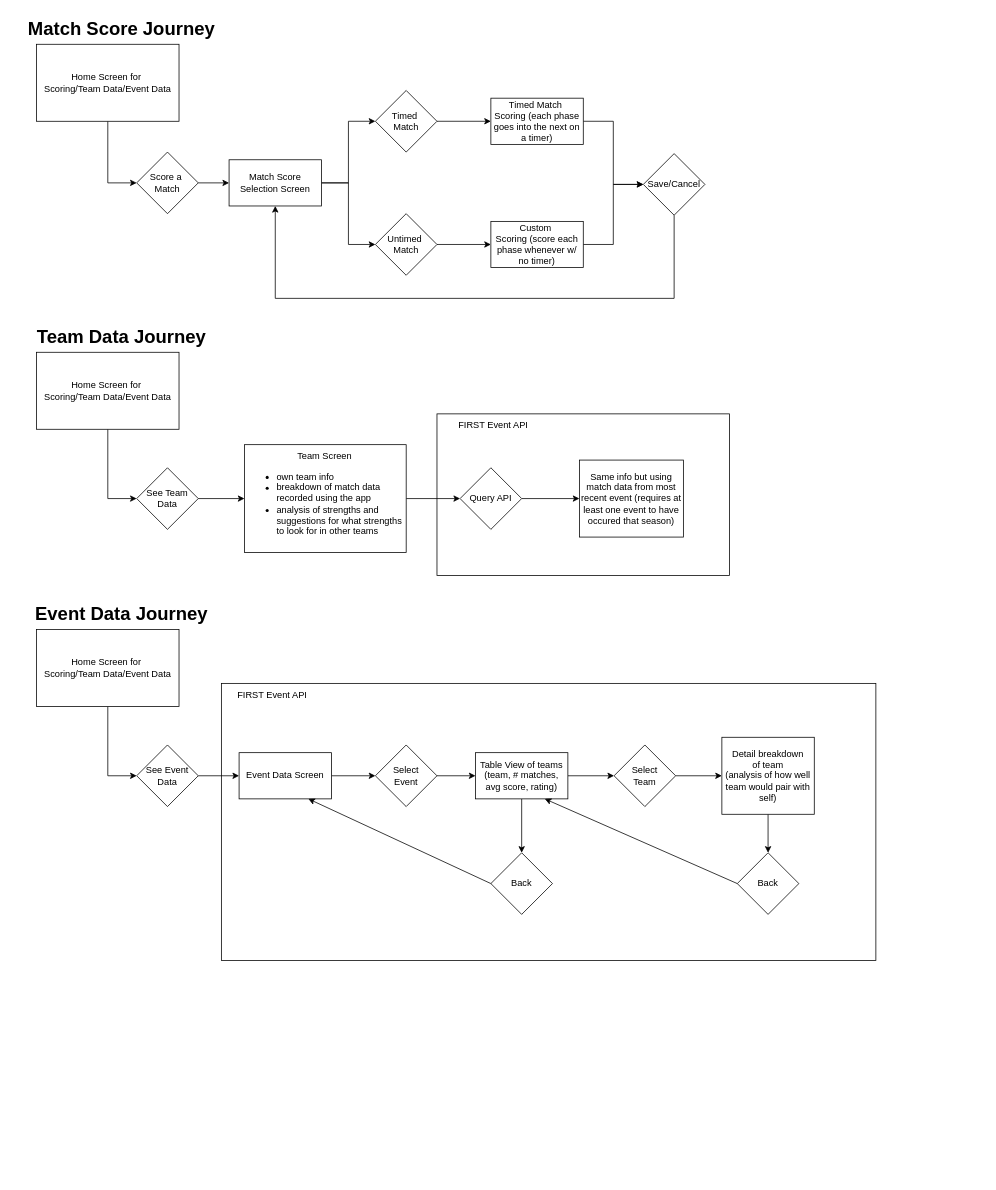
The draw.io diagram FTC_Scoring/Docs/FTC_Scoring_app_flowchart.drawio in TaisharTexas/COSC4355, before the edit. Source tidied: cells renumbered, new cells numbered last; positions are measured from the earlier drawing's top-left corner, leaving out a move shared by most shapes. Both pictures are drawn from the tidied source at 77%, with x=0, y=0 at pixel (13, 13).
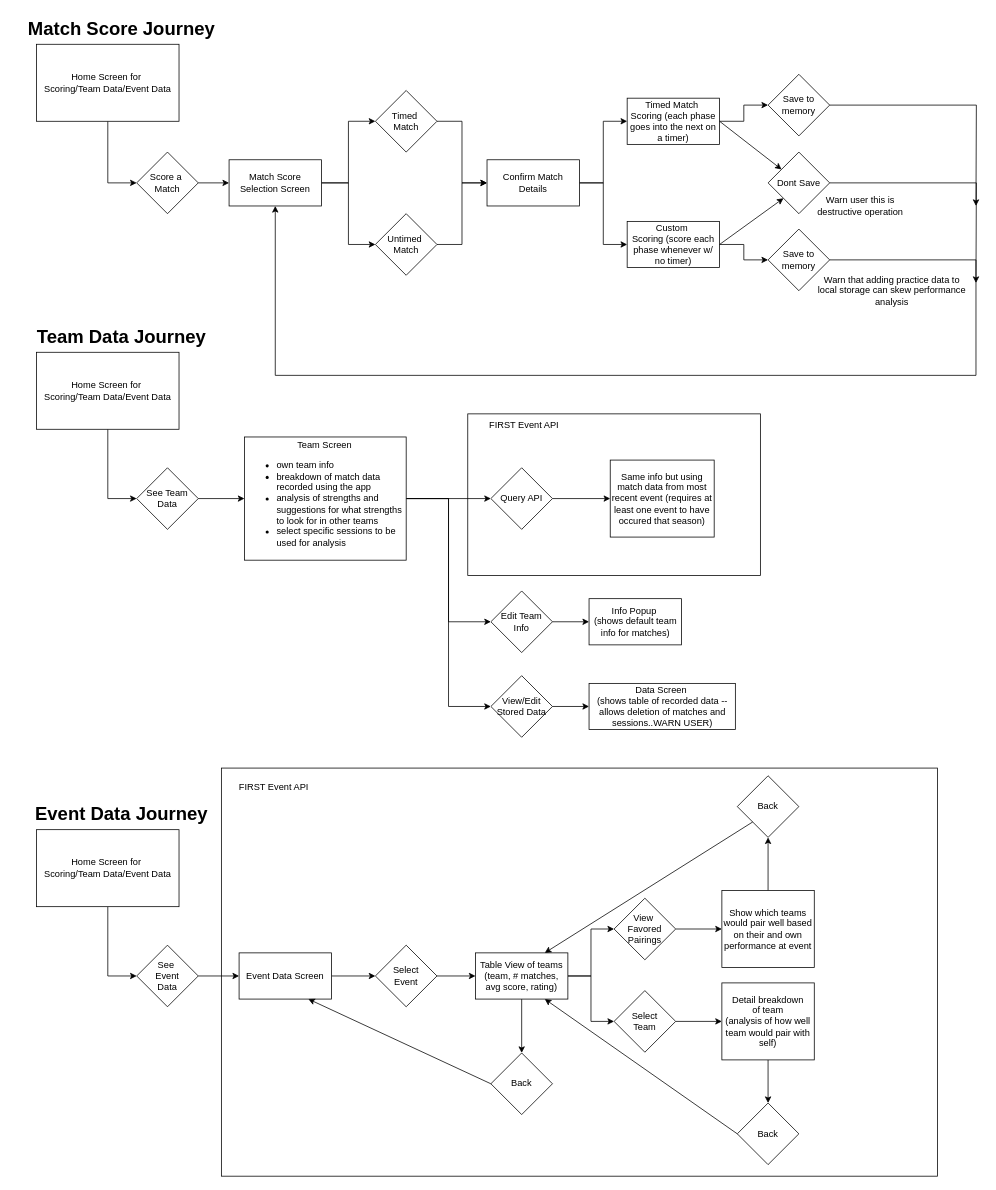
The same diagram, later.

The change refers to these unchanged cells:
```xml
<mxCell id="21" value="Match Score Selection Screen" style="rounded=0;whiteSpace=wrap;html=1;" parent="1" vertex="1">
  <mxGeometry x="280" y="190" width="120" height="60" as="geometry" />
</mxCell>
<mxCell id="23" value="Timed&amp;nbsp;&lt;div&gt;Match&lt;/div&gt;" style="rhombus;whiteSpace=wrap;html=1;" parent="1" vertex="1">
  <mxGeometry x="470" y="100" width="80" height="80" as="geometry" />
</mxCell>
<mxCell id="25" value="Untimed&amp;nbsp;&lt;div&gt;Match&lt;/div&gt;" style="rhombus;whiteSpace=wrap;html=1;" parent="1" vertex="1">
  <mxGeometry x="470" y="260" width="80" height="80" as="geometry" />
</mxCell>
```

What changed in the source:
```diff
@@
     <mxCell id="2" style="whiteSpace=wrap;html=1;fillColor=none;" parent="1" vertex="1">
-      <mxGeometry x="550" y="520" width="380" height="210" as="geometry" />
+      <mxGeometry x="590" y="520" width="380" height="210" as="geometry" />
     </mxCell>
     <mxCell id="3" style="rounded=0;whiteSpace=wrap;html=1;fillColor=none;" parent="1" vertex="1">
-      <mxGeometry x="270" y="870" width="850" height="360" as="geometry" />
+      <mxGeometry x="270" y="980" width="930" height="530" as="geometry" />
     </mxCell>
@@
-    <mxCell id="12" value="See Event&lt;div&gt;Data&lt;/div&gt;" style="rhombus;whiteSpace=wrap;html=1;" parent="1" vertex="1">
-      <mxGeometry x="160" y="950" width="80" height="80" as="geometry" />
+    <mxCell id="12" value="See&amp;nbsp;&lt;div&gt;Event&lt;div&gt;Data&lt;/div&gt;&lt;/div&gt;" style="rhombus;whiteSpace=wrap;html=1;" parent="1" vertex="1">
+      <mxGeometry x="160" y="1210" width="80" height="80" as="geometry" />
     </mxCell>
@@
     <mxCell id="17" value="Home Screen for&amp;nbsp;&lt;div&gt;Scoring/Team Data/Event Data&lt;/div&gt;" style="rounded=0;whiteSpace=wrap;html=1;" parent="1" vertex="1">
-      <mxGeometry x="30" y="800" width="185" height="100" as="geometry" />
+      <mxGeometry x="30" y="1060" width="185" height="100" as="geometry" />
     </mxCell>
     <mxCell id="18" value="Event Data Journey" style="text;strokeColor=none;fillColor=none;html=1;fontSize=24;fontStyle=1;verticalAlign=middle;align=center;" parent="1" vertex="1">
-      <mxGeometry y="760" width="280" height="40" as="geometry" />
+      <mxGeometry y="1020" width="280" height="40" as="geometry" />
     </mxCell>
@@
-    <mxCell id="22" style="edgeStyle=orthogonalEdgeStyle;rounded=0;jettySize=auto;html=1;" parent="1" edge="1" source="23" target="27">
-      <mxGeometry relative="1" as="geometry" />
-    </mxCell>
+    <mxCell id="54" style="edgeStyle=orthogonalEdgeStyle;rounded=0;jettySize=auto;html=1;entryX=0;entryY=0.5;entryDx=0;entryDy=0;" parent="1" edge="1" source="23" target="63">
+      <mxGeometry relative="1" as="geometry" />
+    </mxCell>
@@
-    <mxCell id="24" style="edgeStyle=orthogonalEdgeStyle;rounded=0;jettySize=auto;html=1;" parent="1" edge="1" source="25" target="29">
-      <mxGeometry relative="1" as="geometry" />
-    </mxCell>
+    <mxCell id="55" style="edgeStyle=orthogonalEdgeStyle;rounded=0;jettySize=auto;html=1;entryX=0;entryY=0.5;entryDx=0;entryDy=0;" parent="1" edge="1" source="25" target="63">
+      <mxGeometry relative="1" as="geometry" />
+    </mxCell>
@@
-    <mxCell id="26" style="edgeStyle=orthogonalEdgeStyle;rounded=0;jettySize=auto;html=1;entryX=0;entryY=0.5;entryDx=0;entryDy=0;" parent="1" edge="1" source="27" target="53">
-      <mxGeometry relative="1" as="geometry" />
-    </mxCell>
+    <mxCell id="56" style="edgeStyle=orthogonalEdgeStyle;rounded=0;jettySize=auto;html=1;entryX=0;entryY=0.5;entryDx=0;entryDy=0;" parent="1" edge="1" source="27" target="65">
+      <mxGeometry relative="1" as="geometry" />
+    </mxCell>
     <mxCell id="27" value="Timed Match&amp;nbsp;&lt;div&gt;Scoring (each phase goes into the next on a timer)&lt;/div&gt;" style="rounded=0;whiteSpace=wrap;html=1;" parent="1" vertex="1">
-      <mxGeometry x="620" y="110" width="120" height="60" as="geometry" />
+      <mxGeometry x="797" y="110" width="120" height="60" as="geometry" />
     </mxCell>
-    <mxCell id="28" style="edgeStyle=orthogonalEdgeStyle;rounded=0;jettySize=auto;html=1;entryX=0;entryY=0.5;entryDx=0;entryDy=0;" parent="1" edge="1" source="29" target="53">
-      <mxGeometry relative="1" as="geometry" />
-    </mxCell>
+    <mxCell id="57" style="edgeStyle=orthogonalEdgeStyle;rounded=0;jettySize=auto;html=1;entryX=0;entryY=0.5;entryDx=0;entryDy=0;" parent="1" edge="1" source="29" target="69">
+      <mxGeometry relative="1" as="geometry" />
+    </mxCell>
     <mxCell id="29" value="Custom&amp;nbsp;&lt;div&gt;Scoring (score each phase whenever w/ no timer)&lt;/div&gt;" style="rounded=0;whiteSpace=wrap;html=1;" parent="1" vertex="1">
-      <mxGeometry x="620" y="270" width="120" height="60" as="geometry" />
+      <mxGeometry x="797" y="270" width="120" height="60" as="geometry" />
     </mxCell>
@@
+    <mxCell id="58" style="edgeStyle=orthogonalEdgeStyle;rounded=0;jettySize=auto;html=1;entryX=0;entryY=0.5;entryDx=0;entryDy=0;" parent="1" edge="1" source="31" target="75">
+      <mxGeometry relative="1" as="geometry" />
+    </mxCell>
+    <mxCell id="59" style="edgeStyle=orthogonalEdgeStyle;rounded=0;jettySize=auto;html=1;entryX=0;entryY=0.5;entryDx=0;entryDy=0;" parent="1" edge="1" source="31" target="77">
+      <mxGeometry relative="1" as="geometry" />
+    </mxCell>
-    <mxCell id="31" value="&lt;div style=&quot;text-align: center;&quot;&gt;Team Screen&amp;nbsp;&lt;/div&gt;&lt;div&gt;&lt;ul&gt;&lt;li&gt;own team info&lt;br&gt;&lt;/li&gt;&lt;li&gt;breakdown of match data recorded using the app&lt;br&gt;&lt;/li&gt;&lt;li&gt;analysis of strengths and suggestions for what strengths to look for in other teams&lt;/li&gt;&lt;/ul&gt;&lt;/div&gt;" style="rounded=0;whiteSpace=wrap;html=1;align=left;" parent="1" vertex="1">
-      <mxGeometry x="300" y="560" width="210" height="140" as="geometry" />
+    <mxCell id="31" value="&lt;div style=&quot;text-align: center;&quot;&gt;Team Screen&amp;nbsp;&lt;/div&gt;&lt;div&gt;&lt;ul&gt;&lt;li&gt;own team info&lt;br&gt;&lt;/li&gt;&lt;li&gt;breakdown of match data recorded using the app&lt;br&gt;&lt;/li&gt;&lt;li&gt;analysis of strengths and suggestions for what strengths to look for in other teams&lt;/li&gt;&lt;li&gt;select specific sessions to be used for analysis&lt;/li&gt;&lt;/ul&gt;&lt;/div&gt;" style="rounded=0;whiteSpace=wrap;html=1;align=left;" parent="1" vertex="1">
+      <mxGeometry x="300" y="550" width="210" height="160" as="geometry" />
     </mxCell>
@@
     <mxCell id="33" value="Event Data Screen" style="rounded=0;whiteSpace=wrap;html=1;" parent="1" vertex="1">
-      <mxGeometry x="293" y="960" width="120" height="60" as="geometry" />
+      <mxGeometry x="293" y="1220" width="120" height="60" as="geometry" />
     </mxCell>
@@
     <mxCell id="35" value="Select&lt;div&gt;Event&lt;/div&gt;" style="rhombus;whiteSpace=wrap;html=1;" parent="1" vertex="1">
-      <mxGeometry x="470" y="950" width="80" height="80" as="geometry" />
+      <mxGeometry x="470" y="1210" width="80" height="80" as="geometry" />
     </mxCell>
@@
+    <mxCell id="60" style="edgeStyle=orthogonalEdgeStyle;rounded=0;jettySize=auto;html=1;entryX=0;entryY=0.5;entryDx=0;entryDy=0;" parent="1" edge="1" source="38" target="81">
+      <mxGeometry relative="1" as="geometry" />
+    </mxCell>
     <mxCell id="38" value="Table View of teams&lt;div&gt;(team, # matches, avg score, rating)&lt;/div&gt;" style="rounded=0;whiteSpace=wrap;html=1;" parent="1" vertex="1">
-      <mxGeometry x="600" y="960" width="120" height="60" as="geometry" />
+      <mxGeometry x="600" y="1220" width="120" height="60" as="geometry" />
     </mxCell>
@@
     <mxCell id="40" value="Select&lt;div&gt;Team&lt;/div&gt;" style="rhombus;whiteSpace=wrap;html=1;rounded=0;" parent="1" vertex="1">
-      <mxGeometry x="780" y="950" width="80" height="80" as="geometry" />
+      <mxGeometry x="780" y="1269" width="80" height="80" as="geometry" />
     </mxCell>
@@
     <mxCell id="42" value="Detail breakdown&lt;div&gt;of team&lt;/div&gt;&lt;div&gt;(analysis of how well team would pair with self)&lt;/div&gt;" style="whiteSpace=wrap;html=1;rounded=0;" parent="1" vertex="1">
-      <mxGeometry x="920" y="940" width="120" height="100" as="geometry" />
+      <mxGeometry x="920" y="1259" width="120" height="100" as="geometry" />
     </mxCell>
     <mxCell id="43" value="Back" style="rhombus;whiteSpace=wrap;html=1;rounded=0;" parent="1" vertex="1">
-      <mxGeometry x="940" y="1090" width="80" height="80" as="geometry" />
+      <mxGeometry x="940" y="1415" width="80" height="80" as="geometry" />
     </mxCell>
     <mxCell id="44" value="Back" style="rhombus;whiteSpace=wrap;html=1;rounded=0;" parent="1" vertex="1">
-      <mxGeometry x="620" y="1090" width="80" height="80" as="geometry" />
+      <mxGeometry x="620" y="1350" width="80" height="80" as="geometry" />
     </mxCell>
@@
     <mxCell id="47" value="FIRST Event API&amp;nbsp;" style="text;html=1;align=center;verticalAlign=middle;whiteSpace=wrap;rounded=0;" parent="1" vertex="1">
-      <mxGeometry x="263" y="871" width="150" height="30" as="geometry" />
+      <mxGeometry x="265" y="990" width="150" height="30" as="geometry" />
     </mxCell>
@@
     <mxCell id="49" value="Query API" style="rhombus;whiteSpace=wrap;html=1;align=center;rounded=0;" parent="1" vertex="1">
-      <mxGeometry x="580" y="590" width="80" height="80" as="geometry" />
+      <mxGeometry x="620" y="590" width="80" height="80" as="geometry" />
     </mxCell>
     <mxCell id="50" value="Same info but using match data from most recent event (requires at least one event to have occured that season)" style="whiteSpace=wrap;html=1;rounded=0;" parent="1" vertex="1">
-      <mxGeometry x="735" y="580" width="135" height="100" as="geometry" />
+      <mxGeometry x="775" y="580" width="135" height="100" as="geometry" />
     </mxCell>
     <mxCell id="51" value="FIRST Event API&amp;nbsp;" style="text;html=1;align=center;verticalAlign=middle;whiteSpace=wrap;rounded=0;" parent="1" vertex="1">
-      <mxGeometry x="550" y="520" width="150" height="30" as="geometry" />
+      <mxGeometry x="590" y="520" width="150" height="30" as="geometry" />
     </mxCell>
-    <mxCell id="52" style="edgeStyle=orthogonalEdgeStyle;rounded=0;jettySize=auto;html=1;entryX=0.5;entryY=1;entryDx=0;entryDy=0;" parent="1" edge="1" source="53" target="21">
-      <mxGeometry relative="1" as="geometry">
-        <Array as="points">
-          <mxPoint x="858" y="370" />
-          <mxPoint x="340" y="370" />
-        </Array>
-      </mxGeometry>
-    </mxCell>
-    <mxCell id="53" value="Save/Cancel" style="rhombus;whiteSpace=wrap;html=1;rounded=0;" parent="1" vertex="1">
-      <mxGeometry x="818" y="182" width="80" height="80" as="geometry" />
-    </mxCell>
+    <mxCell id="61" style="edgeStyle=orthogonalEdgeStyle;rounded=0;jettySize=auto;html=1;entryX=0;entryY=0.5;entryDx=0;entryDy=0;" parent="1" edge="1" source="63" target="27">
+      <mxGeometry relative="1" as="geometry" />
+    </mxCell>
+    <mxCell id="62" style="edgeStyle=orthogonalEdgeStyle;rounded=0;jettySize=auto;html=1;entryX=0;entryY=0.5;entryDx=0;entryDy=0;" parent="1" edge="1" source="63" target="29">
+      <mxGeometry relative="1" as="geometry" />
+    </mxCell>
+    <mxCell id="63" value="Confirm Match&lt;div&gt;Details&lt;/div&gt;" style="rounded=0;whiteSpace=wrap;html=1;" parent="1" vertex="1">
+      <mxGeometry x="615" y="190" width="120" height="60" as="geometry" />
+    </mxCell>
+    <mxCell id="64" style="edgeStyle=orthogonalEdgeStyle;rounded=0;jettySize=auto;html=1;" parent="1" edge="1" source="65">
+      <mxGeometry relative="1" as="geometry">
+        <mxPoint x="1250" y="250" as="targetPoint" />
+      </mxGeometry>
+    </mxCell>
+    <mxCell id="65" value="Save to memory" style="rhombus;whiteSpace=wrap;html=1;" parent="1" vertex="1">
+      <mxGeometry x="980" y="79" width="80" height="80" as="geometry" />
+    </mxCell>
+    <mxCell id="66" style="edgeStyle=orthogonalEdgeStyle;rounded=0;jettySize=auto;html=1;" parent="1" edge="1" source="67">
+      <mxGeometry relative="1" as="geometry">
+        <mxPoint x="1250" y="350" as="targetPoint" />
+      </mxGeometry>
+    </mxCell>
+    <mxCell id="67" value="Dont Save" style="rhombus;whiteSpace=wrap;html=1;" parent="1" vertex="1">
+      <mxGeometry x="980" y="180" width="80" height="80" as="geometry" />
+    </mxCell>
+    <mxCell id="68" style="edgeStyle=orthogonalEdgeStyle;rounded=0;jettySize=auto;html=1;entryX=0.5;entryY=1;entryDx=0;entryDy=0;" parent="1" edge="1" source="69" target="21">
+      <mxGeometry relative="1" as="geometry">
+        <Array as="points">
+          <mxPoint x="1250" y="320" />
+          <mxPoint x="1250" y="470" />
+          <mxPoint x="340" y="470" />
+        </Array>
+      </mxGeometry>
+    </mxCell>
+    <mxCell id="69" value="Save to memory" style="rhombus;whiteSpace=wrap;html=1;" parent="1" vertex="1">
+      <mxGeometry x="980" y="280" width="80" height="80" as="geometry" />
+    </mxCell>
+    <mxCell id="70" value="Warn that adding practice data to local storage can skew performance analysis" style="text;html=1;align=center;verticalAlign=middle;whiteSpace=wrap;rounded=0;" parent="1" vertex="1">
+      <mxGeometry x="1041" y="340" width="200" height="40" as="geometry" />
+    </mxCell>
+    <mxCell id="71" value="Warn user this is destructive operation" style="text;html=1;align=center;verticalAlign=middle;whiteSpace=wrap;rounded=0;" parent="1" vertex="1">
+      <mxGeometry x="1030" y="230" width="140" height="40" as="geometry" />
+    </mxCell>
+    <mxCell id="72" style="endArrow=classic;html=1;rounded=0;exitX=1;exitY=0.5;exitDx=0;exitDy=0;entryX=0;entryY=1;entryDx=0;entryDy=0;" parent="1" edge="1" source="29" target="67">
+      <mxGeometry relative="1" as="geometry" />
+    </mxCell>
+    <mxCell id="73" style="endArrow=classic;html=1;rounded=0;exitX=1;exitY=0.5;exitDx=0;exitDy=0;" parent="1" edge="1" source="27" target="67">
+      <mxGeometry relative="1" as="geometry" />
+    </mxCell>
+    <mxCell id="74" style="edgeStyle=orthogonalEdgeStyle;rounded=0;jettySize=auto;html=1;" parent="1" edge="1" source="75" target="78">
+      <mxGeometry relative="1" as="geometry" />
+    </mxCell>
+    <mxCell id="75" value="Edit Team&lt;div&gt;Info&lt;/div&gt;" style="rhombus;whiteSpace=wrap;html=1;align=center;rounded=0;" parent="1" vertex="1">
+      <mxGeometry x="620" y="750" width="80" height="80" as="geometry" />
+    </mxCell>
+    <mxCell id="76" style="edgeStyle=orthogonalEdgeStyle;rounded=0;jettySize=auto;html=1;entryX=0;entryY=0.5;entryDx=0;entryDy=0;" parent="1" edge="1" source="77" target="79">
+      <mxGeometry relative="1" as="geometry" />
+    </mxCell>
+    <mxCell id="77" value="View/Edit&lt;div&gt;Stored Data&lt;/div&gt;" style="rhombus;whiteSpace=wrap;html=1;align=center;rounded=0;" parent="1" vertex="1">
+      <mxGeometry x="620" y="860" width="80" height="80" as="geometry" />
+    </mxCell>
+    <mxCell id="78" value="Info Popup&amp;nbsp;&lt;div&gt;(shows default team info for matches)&lt;/div&gt;" style="rounded=0;whiteSpace=wrap;html=1;" parent="1" vertex="1">
+      <mxGeometry x="747.5" y="760" width="120" height="60" as="geometry" />
+    </mxCell>
+    <mxCell id="79" value="Data Screen&amp;nbsp;&lt;div&gt;(shows table of recorded data -- allows deletion of matches and sessions..WARN USER)&lt;/div&gt;" style="rounded=0;whiteSpace=wrap;html=1;" parent="1" vertex="1">
+      <mxGeometry x="747.5" y="870" width="190" height="60" as="geometry" />
+    </mxCell>
+    <mxCell id="80" style="edgeStyle=orthogonalEdgeStyle;rounded=0;jettySize=auto;html=1;" parent="1" edge="1" source="81" target="83">
+      <mxGeometry relative="1" as="geometry" />
+    </mxCell>
+    <mxCell id="81" value="View&amp;nbsp;&lt;div&gt;Favored&lt;div&gt;Pairings&lt;/div&gt;&lt;/div&gt;" style="rhombus;whiteSpace=wrap;html=1;rounded=0;" parent="1" vertex="1">
+      <mxGeometry x="780" y="1149" width="80" height="80" as="geometry" />
+    </mxCell>
+    <mxCell id="82" style="edgeStyle=orthogonalEdgeStyle;rounded=0;jettySize=auto;html=1;entryX=0.5;entryY=1;entryDx=0;entryDy=0;" parent="1" edge="1" source="83" target="84">
+      <mxGeometry relative="1" as="geometry" />
+    </mxCell>
+    <mxCell id="83" value="Show which teams would pair well based on their and own performance at event" style="whiteSpace=wrap;html=1;rounded=0;" parent="1" vertex="1">
+      <mxGeometry x="920" y="1139" width="120" height="100" as="geometry" />
+    </mxCell>
+    <mxCell id="84" value="Back" style="rhombus;whiteSpace=wrap;html=1;rounded=0;" parent="1" vertex="1">
+      <mxGeometry x="940" y="990" width="80" height="80" as="geometry" />
+    </mxCell>
+    <mxCell id="85" style="endArrow=classic;html=1;rounded=0;exitX=0;exitY=1;exitDx=0;exitDy=0;entryX=0.75;entryY=0;entryDx=0;entryDy=0;" parent="1" edge="1" source="84" target="38">
+      <mxGeometry relative="1" as="geometry" />
+    </mxCell>
```
